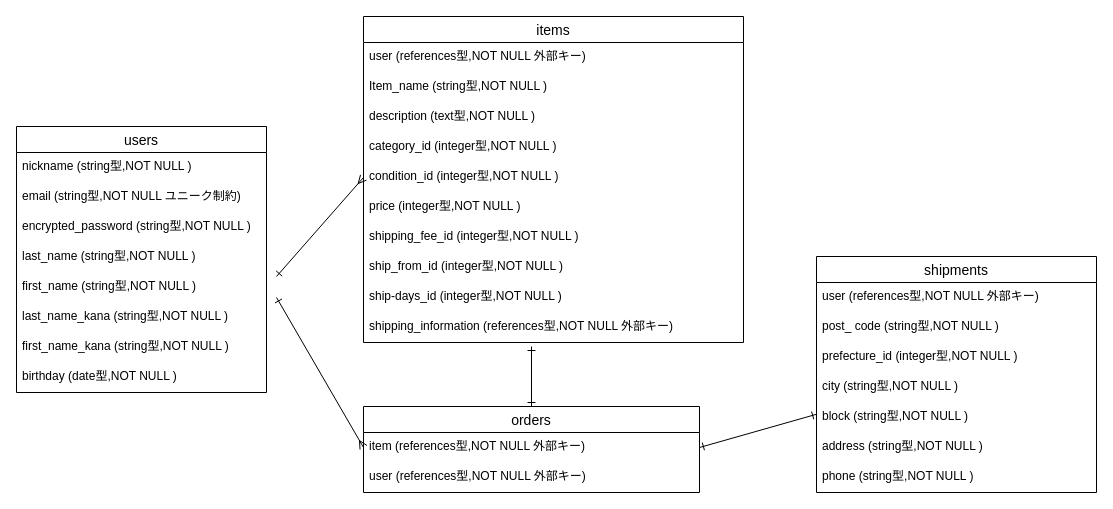
kotalo122/furima-38818 keeps this draw.io diagram as furima.dio. Above is the earlier version. Source tidied: cells renumbered, new cells numbered last; positions are measured from the earlier drawing's top-left corner, leaving out a move shared by most shapes. Both pictures are drawn from the tidied source at 100%, with x=0, y=0 at pixel (16, 16).
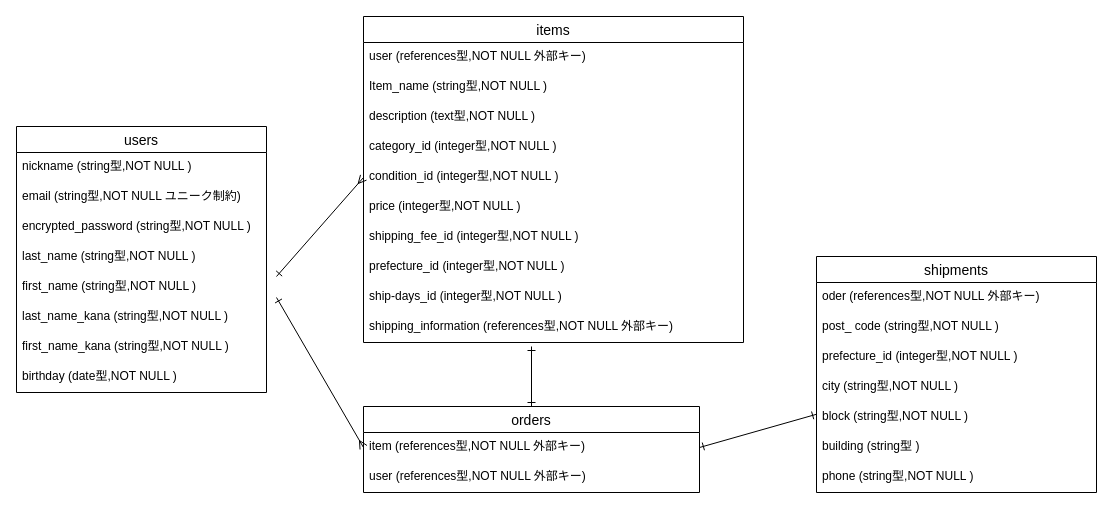
After the change.

Commit message (it also covers changes not shown here):
データベース設計４回目

The change refers to these unchanged cells:
```xml
<mxCell id="11" value="items" style="swimlane;fontStyle=0;horizontal=1;startSize=26;align=center;fontSize=14;" parent="1" vertex="1">
  <mxGeometry x="347" width="380" height="326" as="geometry" />
</mxCell>
<mxCell id="27" value="shipments" style="swimlane;fontStyle=0;horizontal=1;startSize=26;align=center;fontSize=14;" parent="1" vertex="1">
  <mxGeometry x="800" y="240" width="280" height="236" as="geometry" />
</mxCell>
```

The edit, as a diff of the source:
```diff
@@
-    <mxCell id="19" value="ship_from_id (integer型,NOT NULL )" style="text;strokeColor=none;fillColor=none;spacingLeft=4;spacingRight=4;overflow=hidden;fontSize=12;" parent="11" vertex="1">
+    <mxCell id="19" value="prefecture_id (integer型,NOT NULL )" style="text;strokeColor=none;fillColor=none;spacingLeft=4;spacingRight=4;overflow=hidden;fontSize=12;" parent="11" vertex="1">
       <mxGeometry y="236" width="380" height="30" as="geometry" />
     </mxCell>
@@
-    <mxCell id="28" value="user (references型,NOT NULL 外部キー)" style="text;strokeColor=none;fillColor=none;spacingLeft=4;spacingRight=4;overflow=hidden;fontSize=12;" parent="27" vertex="1">
+    <mxCell id="28" value="oder (references型,NOT NULL 外部キー)" style="text;strokeColor=none;fillColor=none;spacingLeft=4;spacingRight=4;overflow=hidden;fontSize=12;" parent="27" vertex="1">
       <mxGeometry y="26" width="280" height="30" as="geometry" />
     </mxCell>
@@
-    <mxCell id="33" value="address (string型,NOT NULL )" style="text;strokeColor=none;fillColor=none;spacingLeft=4;spacingRight=4;overflow=hidden;fontSize=12;" parent="27" vertex="1">
+    <mxCell id="33" value="building (string型 )" style="text;strokeColor=none;fillColor=none;spacingLeft=4;spacingRight=4;overflow=hidden;fontSize=12;" parent="27" vertex="1">
       <mxGeometry y="176" width="280" height="30" as="geometry" />
     </mxCell>
```
